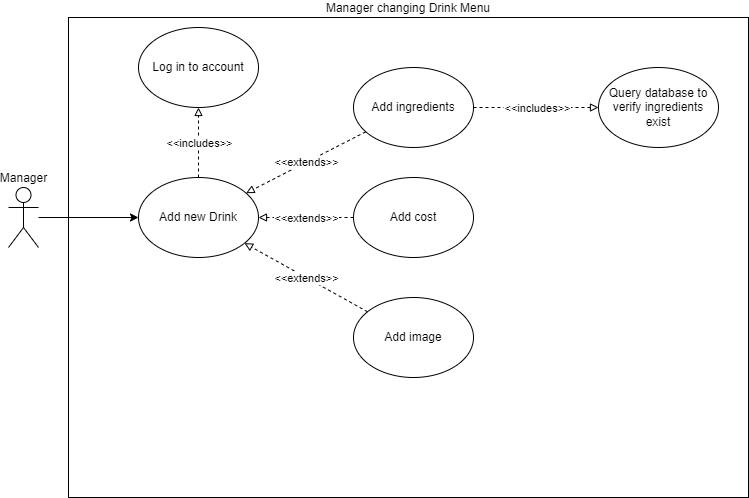
Zachary-Harrison/FrappuccinoShop keeps this draw.io diagram as images/UseCaseDiagram5.drawio.png. Above is the earlier version. Source tidied: cells renumbered, new cells last; positions are measured from the earlier drawing's top-left corner, leaving out a move shared by most shapes.
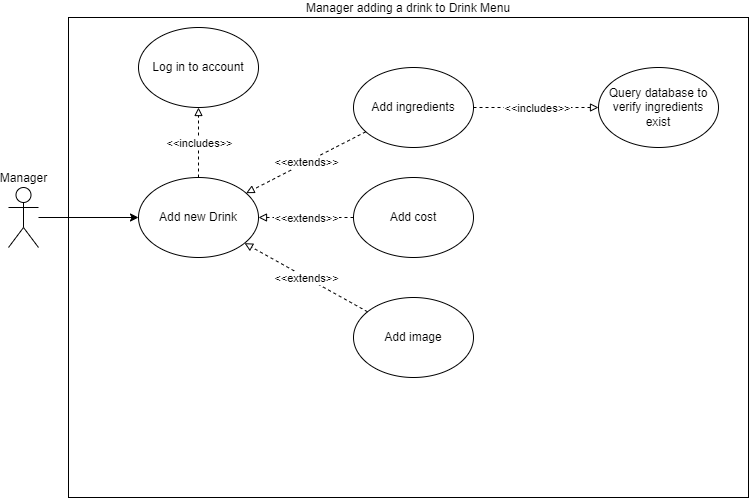
After the commit.

Change to the diagram source:
```diff
@@ -2,7 +2,7 @@
   <root>
     <mxCell id="0" />
     <mxCell id="1" parent="0" />
-    <mxCell id="2" value="Manager changing Drink Menu" style="rounded=0;whiteSpace=wrap;html=1;shadow=0;glass=0;sketch=0;labelPosition=center;verticalLabelPosition=top;align=center;verticalAlign=bottom;" parent="1" vertex="1">
+    <mxCell id="2" value="Manager adding a drink to Drink Menu" style="rounded=0;whiteSpace=wrap;html=1;shadow=0;glass=0;sketch=0;labelPosition=center;verticalLabelPosition=top;align=center;verticalAlign=bottom;" parent="1" vertex="1">
       <mxGeometry x="60" width="680" height="480" as="geometry" />
     </mxCell>
     <mxCell id="3" style="edgeStyle=orthogonalEdgeStyle;rounded=0;jettySize=auto;html=1;" parent="1" edge="1" source="4" target="5">
```
